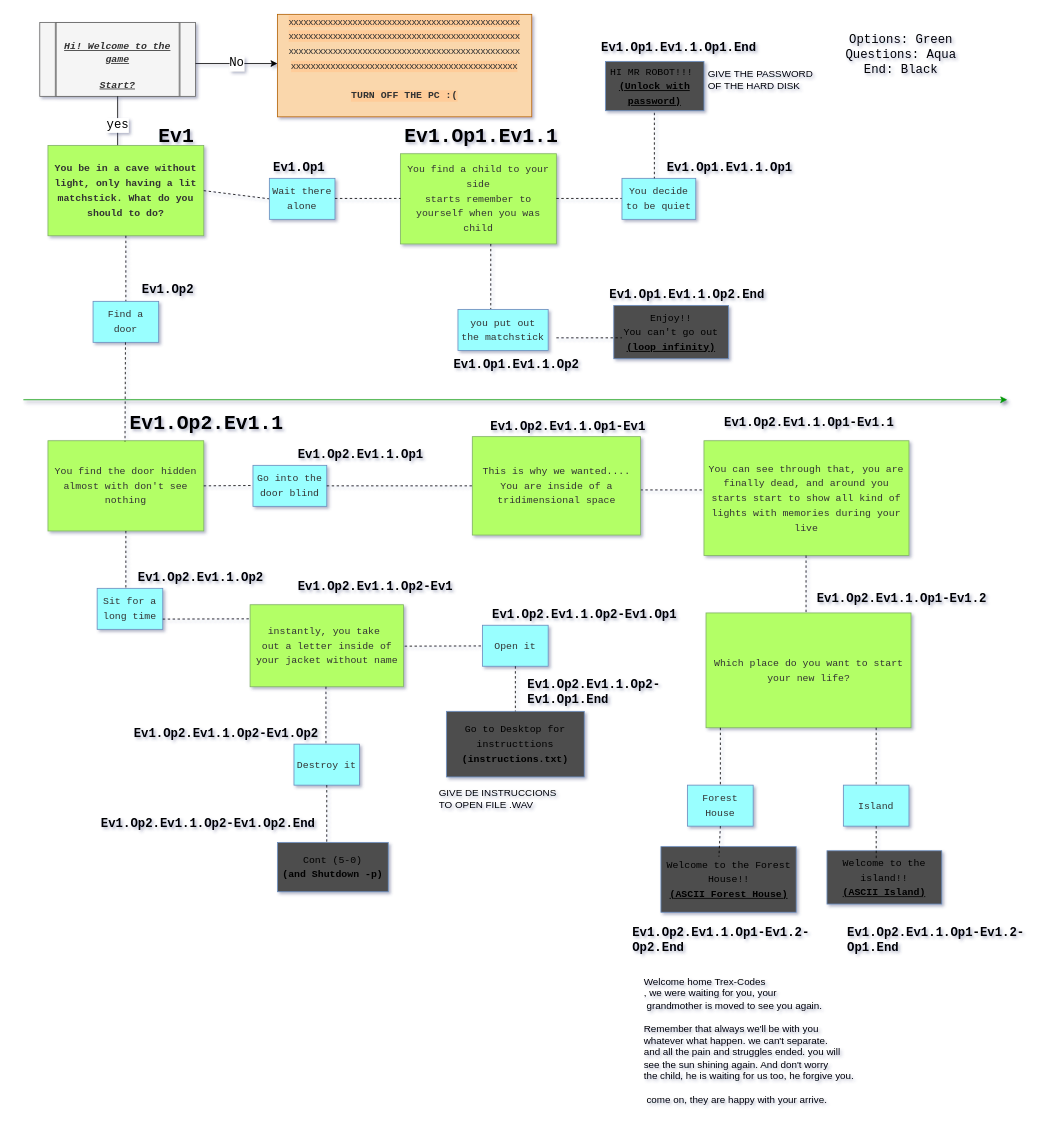
Trex-Codes/Find-The-Exit keeps this draw.io diagram as file.drawio. Above is the earlier version. Source tidied: cells renumbered, new cells numbered last; positions are measured from the earlier drawing's top-left corner, leaving out a move shared by most shapes. Both pictures are drawn from the tidied source at 82%, with x=0, y=0 at pixel (23, 14).
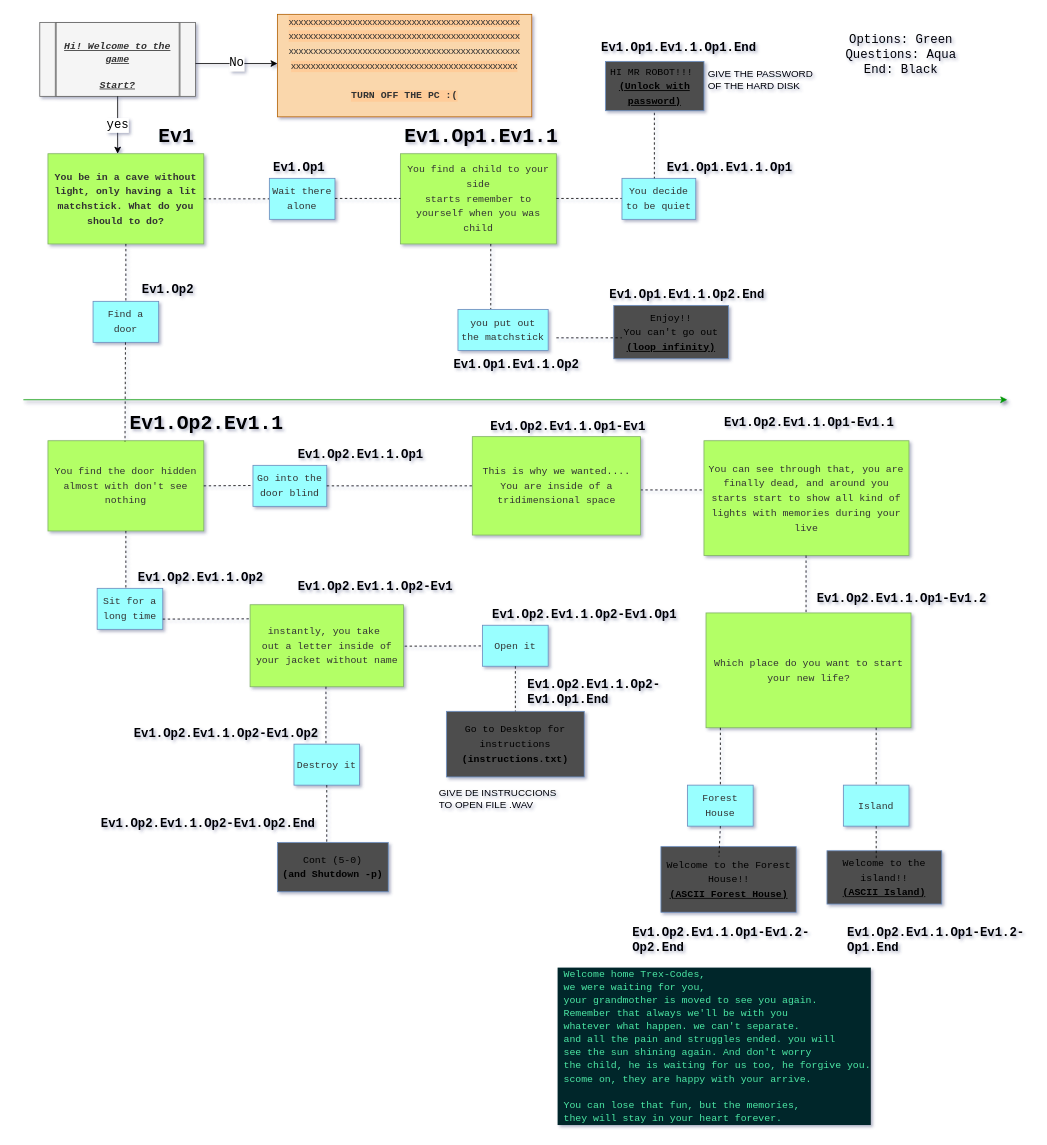
After the change.

What changed in the source:
```diff
@@
     <mxCell id="8" value="&lt;font style=&quot;font-size: 12px&quot; color=&quot;#333333&quot;&gt;&lt;b&gt;You be in a cave without light, only having a lit matchstick. What do you should to do?&lt;/b&gt;&lt;/font&gt;" style="rounded=0;whiteSpace=wrap;html=1;fontFamily=Courier New;fontSize=15;fillColor=#B3FF66;strokeColor=#82b366;" parent="1" vertex="1">
-      <mxGeometry x="30" y="160" width="190" height="110" as="geometry" />
+      <mxGeometry x="30" y="170" width="190" height="110" as="geometry" />
     </mxCell>
@@
-    <mxCell id="62" value="&lt;div&gt;Welcome home Trex-Codes&lt;/div&gt;&lt;div&gt;, we were waiting for you, your&lt;/div&gt;&lt;div&gt;&amp;nbsp;grandmother is moved to see you again.&lt;/div&gt;&lt;div&gt;&lt;br&gt;&lt;/div&gt;&lt;div&gt;Remember that always we'll be with you&lt;/div&gt;&lt;div&gt;whatever what happen. we can't separate.&lt;/div&gt;&lt;div&gt;and all the pain and struggles ended. you will &lt;br&gt;&lt;/div&gt;&lt;div&gt;see the sun shining again. And don't worry&lt;/div&gt;&lt;div&gt;the child, he is waiting for us too, he forgive you.&lt;/div&gt;&lt;div&gt;&lt;br&gt;&lt;/div&gt;&lt;div&gt;&amp;nbsp;come on, they are happy with your arrive.&lt;br&gt;&lt;/div&gt;" style="text;html=1;align=left;verticalAlign=top;spacingTop=-4;" parent="1" vertex="1">
-      <mxGeometry x="755" y="1170" width="270" height="160" as="geometry" />
+    <mxCell id="62" value="&lt;div&gt;&lt;div style=&quot;color: rgb(178 , 202 , 205) ; background-color: rgb(5 , 37 , 41) ; font-family: &amp;#34;consolas&amp;#34; , &amp;#34;courier new&amp;#34; , monospace ; line-height: 16px&quot;&gt;&lt;div&gt;&lt;span style=&quot;color: #49e9a6&quot;&gt;&amp;nbsp;Welcome home Trex-Codes,&lt;/span&gt;&lt;/div&gt;&lt;div&gt;&lt;span style=&quot;color: #49e9a6&quot;&gt;&amp;nbsp;we were waiting for you, &lt;/span&gt;&lt;/div&gt;&lt;div&gt;&lt;span style=&quot;color: #49e9a6&quot;&gt;&amp;nbsp;your grandmother is moved to see you again.&lt;/span&gt;&lt;/div&gt;&lt;div&gt;&lt;span style=&quot;color: #49e9a6&quot;&gt;&amp;nbsp;Remember that always we'll be with you&lt;/span&gt;&lt;/div&gt;&lt;div&gt;&lt;span style=&quot;color: #49e9a6&quot;&gt;&amp;nbsp;whatever what happen. we can't separate.&lt;/span&gt;&lt;/div&gt;&lt;div&gt;&lt;span style=&quot;color: #49e9a6&quot;&gt;&amp;nbsp;and all the pain and struggles ended. you will&lt;/span&gt;&lt;/div&gt;&lt;div&gt;&lt;span style=&quot;color: #49e9a6&quot;&gt;&amp;nbsp;see the sun shining again. And don't worry&lt;/span&gt;&lt;/div&gt;&lt;div&gt;&lt;span style=&quot;color: #49e9a6&quot;&gt;&amp;nbsp;the child, he is waiting for us too, he forgive you.&lt;/span&gt;&lt;/div&gt;&lt;div&gt;&lt;span style=&quot;color: #49e9a6&quot;&gt;&amp;nbsp;scome on, they are happy with your arrive.&lt;/span&gt;&lt;/div&gt;&lt;div&gt;&lt;span style=&quot;color: #49e9a6&quot;&gt;&amp;nbsp;&lt;/span&gt;&lt;/div&gt;&lt;div&gt;&lt;span style=&quot;color: #49e9a6&quot;&gt;&amp;nbsp;You can lose that fun, but the memories,&lt;/span&gt;&lt;/div&gt;&lt;div&gt;&lt;span style=&quot;color: #49e9a6&quot;&gt;&amp;nbsp;they will stay in your heart forever.&lt;/span&gt;&lt;/div&gt;&lt;/div&gt;&lt;/div&gt;" style="text;html=1;align=left;verticalAlign=top;spacingTop=-4;" parent="1" vertex="1">
+      <mxGeometry x="650" y="1160" width="370" height="190" as="geometry" />
     </mxCell>
@@
-    <mxCell id="65" value="&lt;div&gt;&lt;font style=&quot;font-size: 12px&quot;&gt;Go to Desktop for instructtions&lt;/font&gt;&lt;/div&gt;&lt;div&gt;&lt;font style=&quot;font-size: 12px&quot;&gt;&lt;b&gt;(instructions.txt)&lt;/b&gt;&lt;br&gt;&lt;/font&gt;&lt;/div&gt;" style="rounded=0;whiteSpace=wrap;html=1;fontFamily=Courier New;fontSize=15;fillColor=#4D4D4D;strokeColor=#6c8ebf;" parent="1" vertex="1">
+    <mxCell id="65" value="&lt;div&gt;&lt;font style=&quot;font-size: 12px&quot;&gt;Go to Desktop for instruc&lt;/font&gt;&lt;span style=&quot;font-size: 12px&quot;&gt;tions&lt;/span&gt;&lt;/div&gt;&lt;div&gt;&lt;font style=&quot;font-size: 12px&quot;&gt;&lt;b&gt;(instructions.txt)&lt;/b&gt;&lt;br&gt;&lt;/font&gt;&lt;/div&gt;" style="rounded=0;whiteSpace=wrap;html=1;fontFamily=Courier New;fontSize=15;fillColor=#4D4D4D;strokeColor=#6c8ebf;" parent="1" vertex="1">
       <mxGeometry x="516" y="850" width="168" height="80" as="geometry" />
     </mxCell>
```
